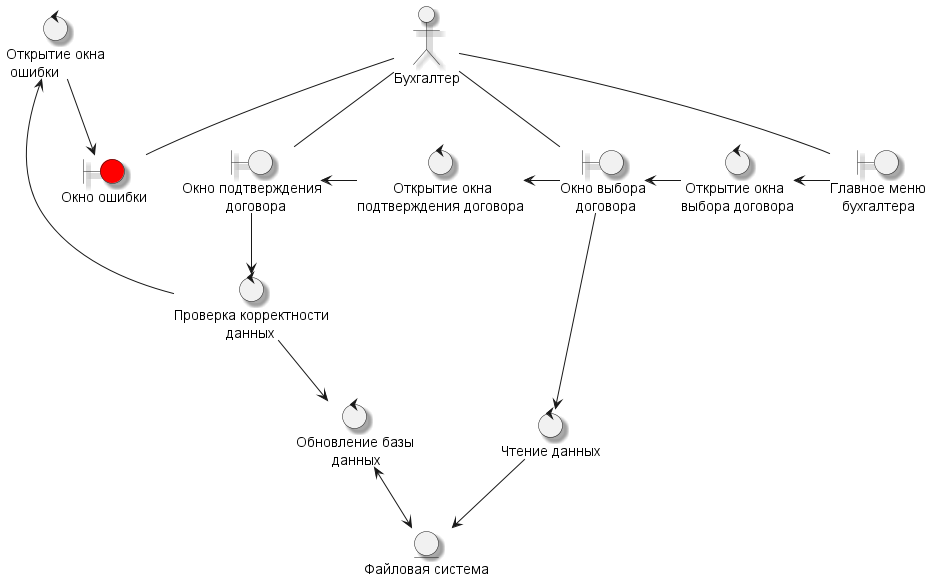
MiFit1/OSOGO keeps this PlantUML diagram as out/Resource/Диаграммы пригодности/Подтверждение договора (Бухгалтер).png. Above is the earlier version. Its diagram source:
```plantuml
@startuml
skinparam Shadowing true
actor "Бухгалтер" as accountant
boundary "Главное меню\n   бухгалтера" as mainMenuAc
boundary "Окно выбора\n    договора" as contractWindow
boundary "Окно подтверждения\n           договора" as accessContractWindow
boundary "Окно ошибки" as errorWindow #Red

control "Открытие окна\n ошибки" as errorWindowControl
control " Открытие окна\nвыбора договора" as contractWindowControl
control "         Открытие окна\nподтверждения договора" as accessContractWindowControl
control "Проверка корректности\n             данных" as checkCorrectData
control "Обновление базы\n         данных" as updateDatabase
control "Чтение данных" as readData
entity "Файловая система" as fs

accountant -u- mainMenuAc
mainMenuAc -l-> contractWindowControl
contractWindowControl -l-> contractWindow
contractWindow -l-> accessContractWindowControl
contractWindow --> readData
readData --> fs
accessContractWindowControl -l-> accessContractWindow
accessContractWindow --> checkCorrectData
updateDatabase <--> fs
checkCorrectData -u-> errorWindowControl
checkCorrectData --> updateDatabase
errorWindowControl --> errorWindow

accountant -- contractWindow
accountant -- accessContractWindow
accountant -- errorWindow

@enduml
```
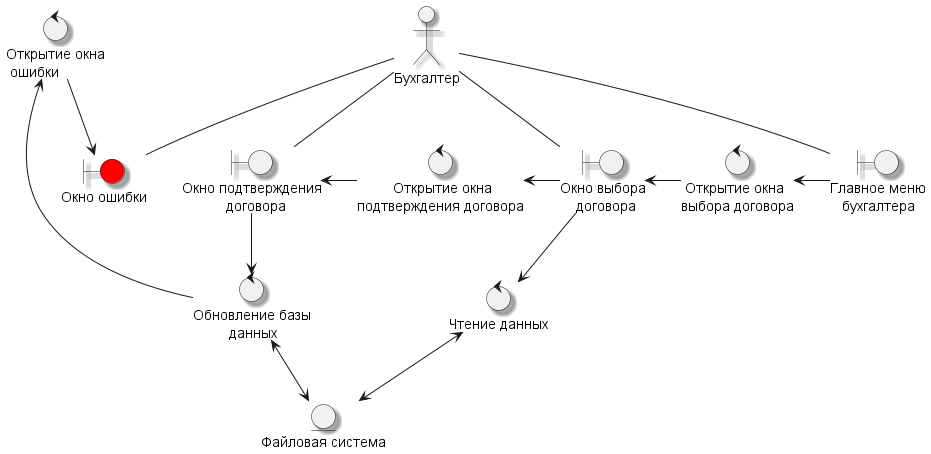
The same diagram one commit later.

The edit, as a diff of the source:
```diff
@@ -9,7 +9,6 @@
 control "Открытие окна\n ошибки" as errorWindowControl
 control " Открытие окна\nвыбора договора" as contractWindowControl
 control "         Открытие окна\nподтверждения договора" as accessContractWindowControl
-control "Проверка корректности\n             данных" as checkCorrectData
 control "Обновление базы\n         данных" as updateDatabase
 control "Чтение данных" as readData
 entity "Файловая система" as fs
@@ -19,12 +18,11 @@
 contractWindowControl -l-> contractWindow
 contractWindow -l-> accessContractWindowControl
 contractWindow --> readData
-readData --> fs
+readData <--> fs
 accessContractWindowControl -l-> accessContractWindow
-accessContractWindow --> checkCorrectData
+accessContractWindow --> updateDatabase
 updateDatabase <--> fs
-checkCorrectData -u-> errorWindowControl
-checkCorrectData --> updateDatabase
+updateDatabase -u-> errorWindowControl
 errorWindowControl --> errorWindow
 
 accountant -- contractWindow
```
